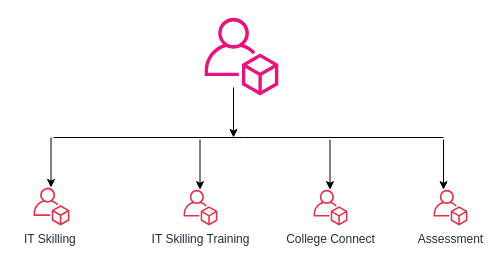
The draw.io diagram Untitled Diagram.drawio in maruthu27/AWS, before the edit. Source tidied: cells renumbered, new cells numbered last; positions are measured from the earlier drawing's top-left corner, leaving out a move shared by most shapes. Both pictures are drawn from the tidied source at 100%, with x=0, y=0 at pixel (33, 17).
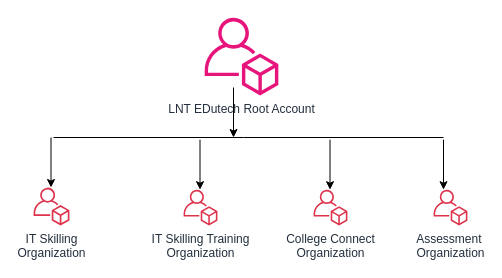
The same diagram, later.

Change to the diagram source:
```diff
@@
 <mxGraphModel>
   <root>
     <mxCell id="0" />
     <mxCell id="1" parent="0" />
-    <mxCell id="2" style="sketch=0;fontColor=#232F3E;gradientColor=none;fillColor=#E7157B;strokeColor=none;dashed=0;verticalLabelPosition=bottom;verticalAlign=top;align=center;html=1;fontSize=12;fontStyle=0;shape=mxgraph.aws4.organizations_account;" parent="1" vertex="1">
+    <mxCell id="2" value="LNT EDutech Root Account" style="sketch=0;fontColor=#232F3E;gradientColor=none;fillColor=#E7157B;strokeColor=none;dashed=0;verticalLabelPosition=bottom;verticalAlign=top;align=center;html=1;fontSize=12;fontStyle=0;shape=mxgraph.aws4.organizations_account;" parent="1" vertex="1">
       <mxGeometry x="171" width="74" height="78" as="geometry" />
     </mxCell>
-    <mxCell id="3" value="IT Skilling&amp;nbsp;" style="sketch=0;fontColor=#232F3E;gradientColor=none;fillColor=#DD344C;strokeColor=none;dashed=0;verticalLabelPosition=bottom;verticalAlign=top;align=center;html=1;fontSize=12;fontStyle=0;shape=mxgraph.aws4.organizations_account;" parent="1" vertex="1">
+    <mxCell id="3" value="IT Skilling&lt;br&gt;Organization" style="sketch=0;fontColor=#232F3E;gradientColor=none;fillColor=#DD344C;strokeColor=none;dashed=0;verticalLabelPosition=bottom;verticalAlign=top;align=center;html=1;fontSize=12;fontStyle=0;shape=mxgraph.aws4.organizations_account;" parent="1" vertex="1">
       <mxGeometry y="170" width="36" height="38" as="geometry" />
     </mxCell>
-    <mxCell id="4" value="IT Skilling Training" style="sketch=0;fontColor=#232F3E;gradientColor=none;fillColor=#DD344C;strokeColor=none;dashed=0;verticalLabelPosition=bottom;verticalAlign=top;align=center;html=1;fontSize=12;fontStyle=0;shape=mxgraph.aws4.organizations_account;" parent="1" vertex="1">
+    <mxCell id="4" value="IT Skilling Training&lt;br&gt;Organization" style="sketch=0;fontColor=#232F3E;gradientColor=none;fillColor=#DD344C;strokeColor=none;dashed=0;verticalLabelPosition=bottom;verticalAlign=top;align=center;html=1;fontSize=12;fontStyle=0;shape=mxgraph.aws4.organizations_account;" parent="1" vertex="1">
       <mxGeometry x="150" y="172.2" width="34" height="35.8" as="geometry" />
     </mxCell>
-    <mxCell id="5" value="College Connect" style="sketch=0;fontColor=#232F3E;gradientColor=none;fillColor=#DD344C;strokeColor=none;dashed=0;verticalLabelPosition=bottom;verticalAlign=top;align=center;html=1;fontSize=12;fontStyle=0;shape=mxgraph.aws4.organizations_account;" parent="1" vertex="1">
+    <mxCell id="5" value="College Connect&lt;br&gt;Organization" style="sketch=0;fontColor=#232F3E;gradientColor=none;fillColor=#DD344C;strokeColor=none;dashed=0;verticalLabelPosition=bottom;verticalAlign=top;align=center;html=1;fontSize=12;fontStyle=0;shape=mxgraph.aws4.organizations_account;" parent="1" vertex="1">
       <mxGeometry x="280" y="172.2" width="34" height="35.8" as="geometry" />
     </mxCell>
-    <mxCell id="6" value="Assessment" style="sketch=0;fontColor=#232F3E;gradientColor=none;fillColor=#DD344C;strokeColor=none;dashed=0;verticalLabelPosition=bottom;verticalAlign=top;align=center;html=1;fontSize=12;fontStyle=0;shape=mxgraph.aws4.organizations_account;" parent="1" vertex="1">
+    <mxCell id="6" value="Assessment&amp;nbsp;&lt;br&gt;Organization" style="sketch=0;fontColor=#232F3E;gradientColor=none;fillColor=#DD344C;strokeColor=none;dashed=0;verticalLabelPosition=bottom;verticalAlign=top;align=center;html=1;fontSize=12;fontStyle=0;shape=mxgraph.aws4.organizations_account;" parent="1" vertex="1">
       <mxGeometry x="400" y="172.2" width="34" height="35.8" as="geometry" />
     </mxCell>
     <mxCell id="7" style="endArrow=none;html=1;rounded=0;" parent="1" edge="1">
       <mxGeometry relative="1" as="geometry">
         <mxPoint x="20" y="120" as="sourcePoint" />
         <mxPoint x="410" y="120" as="targetPoint" />
         <Array as="points">
           <mxPoint x="210" y="120" />
         </Array>
       </mxGeometry>
     </mxCell>
     <mxCell id="8" style="endArrow=classic;html=1;rounded=0;" parent="1" edge="1">
       <mxGeometry relative="1" as="geometry">
         <mxPoint x="17.5" y="120" as="sourcePoint" />
         <mxPoint x="17.5" y="170" as="targetPoint" />
       </mxGeometry>
     </mxCell>
     <mxCell id="9" style="endArrow=classic;html=1;rounded=0;" parent="1" edge="1">
       <mxGeometry relative="1" as="geometry">
         <mxPoint x="410" y="122.2" as="sourcePoint" />
         <mxPoint x="410" y="172.2" as="targetPoint" />
       </mxGeometry>
     </mxCell>
     <mxCell id="10" style="endArrow=classic;html=1;rounded=0;" parent="1" edge="1">
       <mxGeometry relative="1" as="geometry">
         <mxPoint x="166.5" y="122.2" as="sourcePoint" />
         <mxPoint x="166.5" y="172.2" as="targetPoint" />
       </mxGeometry>
     </mxCell>
     <mxCell id="11" style="endArrow=classic;html=1;rounded=0;" parent="1" edge="1">
       <mxGeometry relative="1" as="geometry">
         <mxPoint x="296.5" y="122.2" as="sourcePoint" />
         <mxPoint x="296.5" y="172.2" as="targetPoint" />
       </mxGeometry>
     </mxCell>
     <mxCell id="12" style="endArrow=classic;html=1;rounded=0;" parent="1" edge="1">
       <mxGeometry relative="1" as="geometry">
         <mxPoint x="200" y="70" as="sourcePoint" />
         <mxPoint x="200" y="120" as="targetPoint" />
       </mxGeometry>
     </mxCell>
   </root>
 </mxGraphModel>
```
